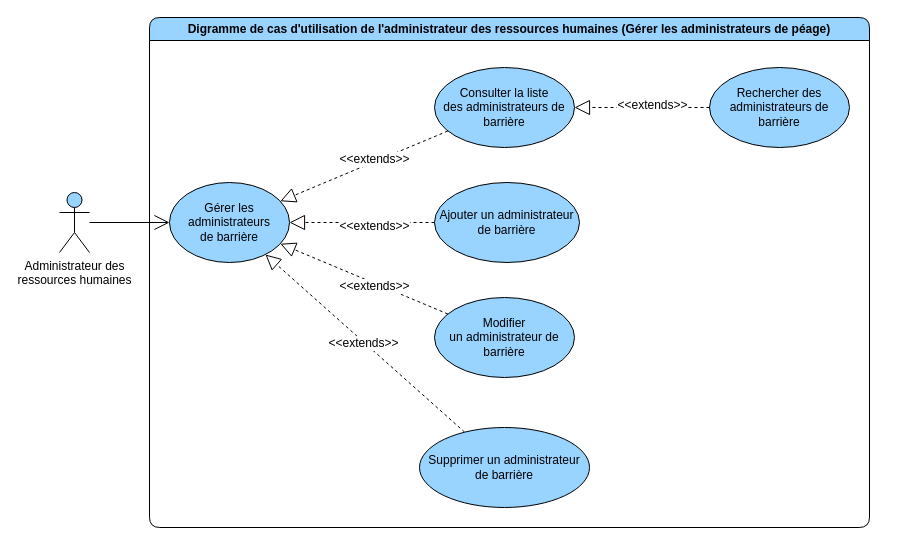
The draw.io diagram page "Gerer les administrateurs de barriere" (4 of 5) of diagrams/use-case/administrateur-des-ressources-humaines.drawio in devlotfi/peage-pay, before the edit. Source tidied: cells renumbered, new cells numbered last; positions are measured from the earlier drawing's top-left corner, leaving out a move shared by most shapes. Both pictures are drawn from the tidied source at 100%, with x=0, y=0 at pixel (59, 17).
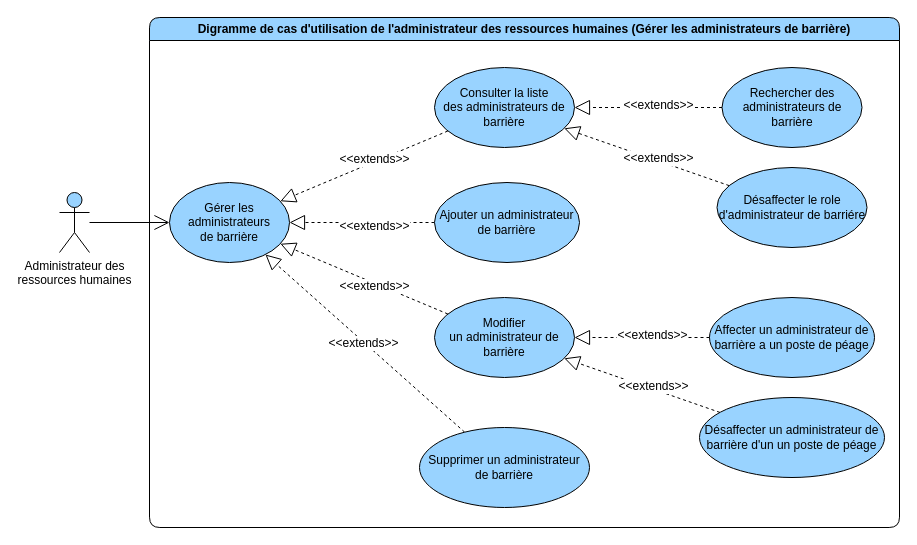
The same page after the edit.

The change refers to these unchanged cells:
```xml
<mxCell id="9" value="Modifier un&amp;nbsp;administrateur de barrière" style="ellipse;whiteSpace=wrap;html=1;strokeColor=default;align=center;verticalAlign=middle;fontFamily=Helvetica;fontSize=12;fontColor=default;fillColor=#99D3FF;" parent="2" vertex="1">
  <mxGeometry x="285" y="280" width="140" height="80" as="geometry" />
</mxCell>
<mxCell id="15" value="Consulter la liste des&amp;nbsp;administrateurs de barrière" style="ellipse;whiteSpace=wrap;html=1;strokeColor=default;align=center;verticalAlign=middle;fontFamily=Helvetica;fontSize=12;fontColor=default;fillColor=#99D3FF;" parent="2" vertex="1">
  <mxGeometry x="285" y="50" width="140" height="80" as="geometry" />
</mxCell>
```

Change to the diagram source:
```diff
@@
-    <mxCell id="2" value="Digramme de cas d'utilisation de l'administrateur des ressources humaines (Gérer les administrateurs de péage)" style="swimlane;whiteSpace=wrap;html=1;rounded=1;fillColor=#99D3FF;" parent="1" vertex="1">
-      <mxGeometry x="90" width="720" height="510" as="geometry" />
+    <mxCell id="2" value="Digramme de cas d'utilisation de l'administrateur des ressources humaines (Gérer les administrateurs de&amp;nbsp;barrière)" style="swimlane;whiteSpace=wrap;html=1;rounded=1;fillColor=#99D3FF;" parent="1" vertex="1">
+      <mxGeometry x="90" width="750" height="510" as="geometry" />
     </mxCell>
@@
     <mxCell id="16" value="Rechercher des administrateurs de barrière" style="ellipse;whiteSpace=wrap;html=1;strokeColor=default;align=center;verticalAlign=middle;fontFamily=Helvetica;fontSize=12;fontColor=default;fillColor=#99D3FF;" parent="2" vertex="1">
-      <mxGeometry x="560" y="50" width="140" height="80" as="geometry" />
+      <mxGeometry x="572.5" y="50" width="140" height="80" as="geometry" />
     </mxCell>
@@
+    <mxCell id="21" value="Affecter un administrateur de barrière a un poste de péage" style="ellipse;whiteSpace=wrap;html=1;strokeColor=default;align=center;verticalAlign=middle;fontFamily=Helvetica;fontSize=12;fontColor=default;fillColor=#99D3FF;" parent="2" vertex="1">
+      <mxGeometry x="560" y="280" width="165" height="80" as="geometry" />
+    </mxCell>
+    <mxCell id="22" style="edgeStyle=none;rounded=0;jettySize=auto;html=1;dashed=1;strokeColor=default;align=center;verticalAlign=middle;fontFamily=Helvetica;fontSize=12;fontColor=default;labelBackgroundColor=default;startSize=6;endArrow=block;endFill=0;endSize=13;" parent="2" edge="1" source="21" target="9">
+      <mxGeometry relative="1" as="geometry" />
+    </mxCell>
+    <mxCell id="23" value="&amp;lt;&amp;lt;extends&amp;gt;&amp;gt;" style="edgeLabel;html=1;align=center;verticalAlign=middle;strokeColor=default;fontFamily=Helvetica;fontSize=12;fontColor=default;labelBackgroundColor=default;fillColor=#99D3FF;" parent="22" vertex="1">
+      <mxGeometry x="-0.12" y="-3" relative="1" as="geometry">
+        <mxPoint x="1" as="offset" />
+      </mxGeometry>
+    </mxCell>
+    <mxCell id="24" value="Désaffecter un administrateur de barrière d'un un poste de péage" style="ellipse;whiteSpace=wrap;html=1;strokeColor=default;align=center;verticalAlign=middle;fontFamily=Helvetica;fontSize=12;fontColor=default;fillColor=#99D3FF;" parent="2" vertex="1">
+      <mxGeometry x="550" y="380" width="185" height="80" as="geometry" />
+    </mxCell>
+    <mxCell id="25" style="edgeStyle=none;rounded=0;jettySize=auto;html=1;dashed=1;strokeColor=default;align=center;verticalAlign=middle;fontFamily=Helvetica;fontSize=12;fontColor=default;labelBackgroundColor=default;startSize=6;endArrow=block;endFill=0;endSize=13;" parent="2" edge="1" source="24" target="9">
+      <mxGeometry relative="1" as="geometry" />
+    </mxCell>
+    <mxCell id="26" value="&amp;lt;&amp;lt;extends&amp;gt;&amp;gt;" style="edgeLabel;html=1;align=center;verticalAlign=middle;strokeColor=default;fontFamily=Helvetica;fontSize=12;fontColor=default;labelBackgroundColor=default;fillColor=#99D3FF;" parent="25" vertex="1">
+      <mxGeometry x="-0.12" y="-3" relative="1" as="geometry">
+        <mxPoint x="1" as="offset" />
+      </mxGeometry>
+    </mxCell>
+    <mxCell id="27" value="Désaffecter le role d'administrateur de barriére" style="ellipse;whiteSpace=wrap;html=1;strokeColor=default;align=center;verticalAlign=middle;fontFamily=Helvetica;fontSize=12;fontColor=default;fillColor=#99D3FF;" parent="2" vertex="1">
+      <mxGeometry x="567.5" y="150" width="150" height="80" as="geometry" />
+    </mxCell>
+    <mxCell id="28" style="edgeStyle=none;rounded=0;jettySize=auto;html=1;dashed=1;strokeColor=default;align=center;verticalAlign=middle;fontFamily=Helvetica;fontSize=12;fontColor=default;labelBackgroundColor=default;startSize=6;endArrow=block;endFill=0;endSize=13;" parent="2" edge="1" source="27" target="15">
+      <mxGeometry relative="1" as="geometry" />
+    </mxCell>
+    <mxCell id="29" value="&amp;lt;&amp;lt;extends&amp;gt;&amp;gt;" style="edgeLabel;html=1;align=center;verticalAlign=middle;strokeColor=default;fontFamily=Helvetica;fontSize=12;fontColor=default;labelBackgroundColor=default;fillColor=#99D3FF;" parent="28" vertex="1">
+      <mxGeometry x="-0.12" y="-3" relative="1" as="geometry">
+        <mxPoint x="1" as="offset" />
+      </mxGeometry>
+    </mxCell>
```
